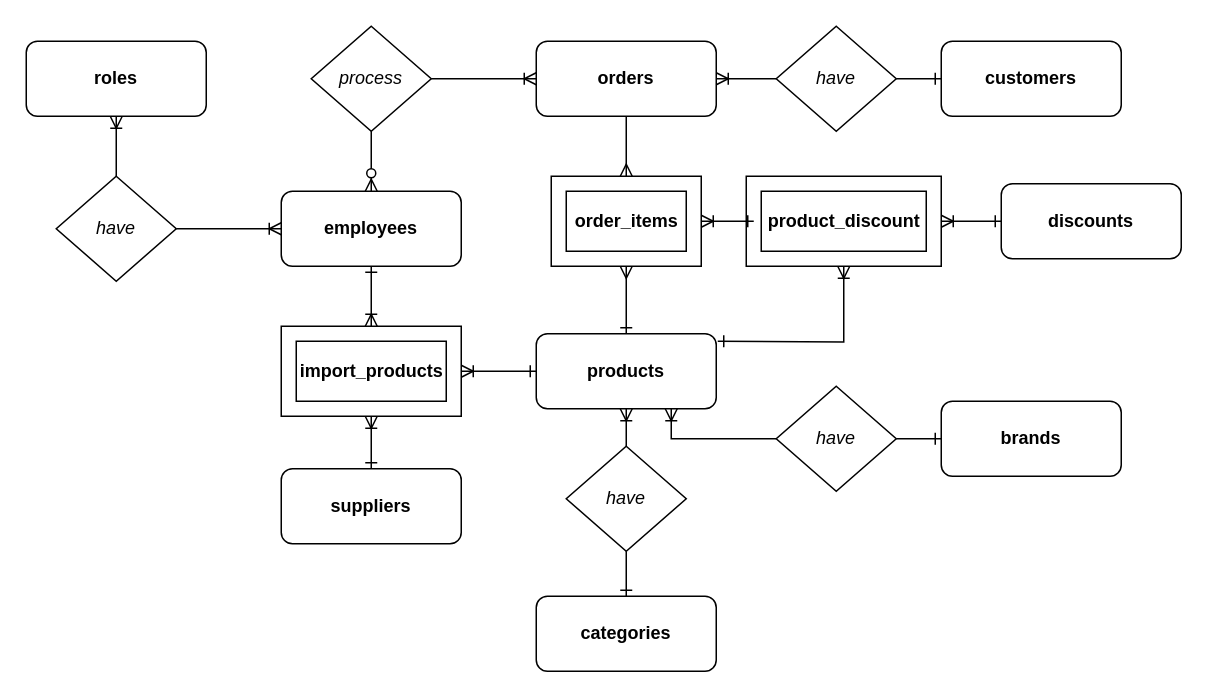
vanluong94/aptech-market-management-system keeps this draw.io diagram as assets/ERD.drawio. Above is the earlier version. Source tidied: cells renumbered, new cells numbered last; positions are measured from the earlier drawing's top-left corner, leaving out a move shared by most shapes. Both pictures are drawn from the tidied source at 150%, with x=0, y=0 at pixel (26, 26).
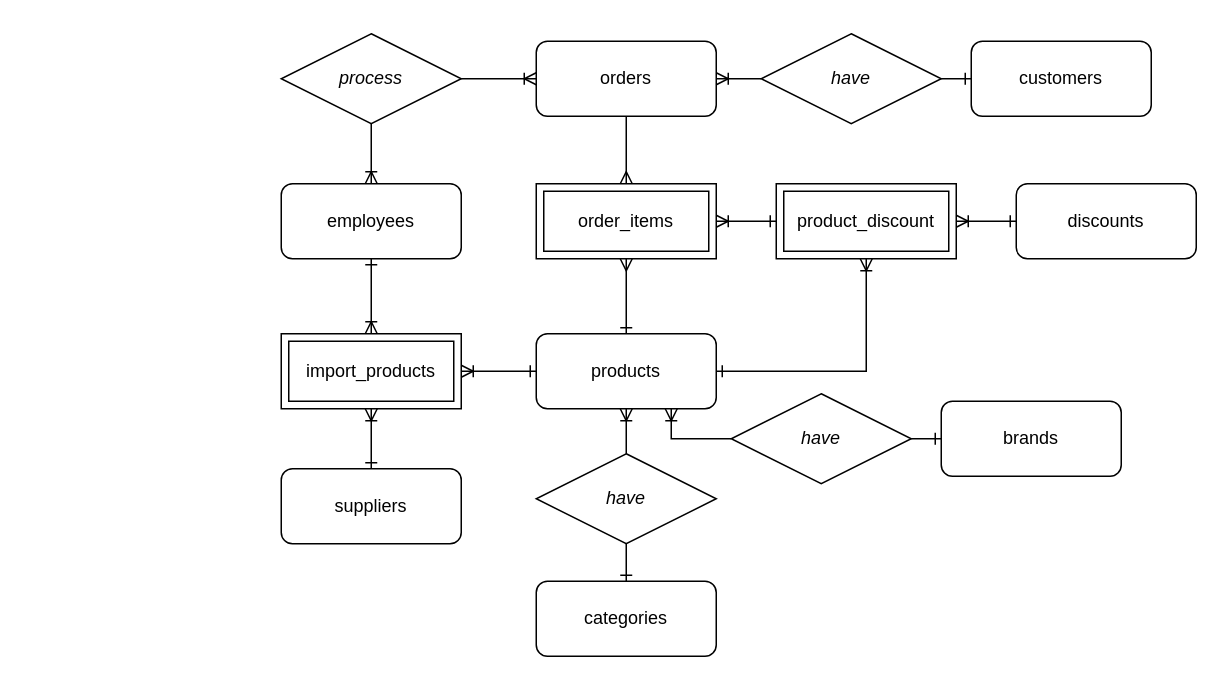
The same diagram, later.

The edit, as a diff of the source:
```diff
@@
-    <mxCell id="2" style="edgeStyle=orthogonalEdgeStyle;rounded=0;jettySize=auto;html=1;entryX=1;entryY=0.5;entryDx=0;entryDy=0;endArrow=none;endFill=0;startArrow=ERone;startFill=0;fontSize=12;" parent="1" edge="1" source="3" target="22">
-      <mxGeometry relative="1" as="geometry" />
+    <mxCell id="2" style="edgeStyle=orthogonalEdgeStyle;rounded=0;jettySize=auto;html=1;endArrow=none;endFill=0;startArrow=ERone;startFill=0;fontSize=12;fontStyle=0;" parent="1" edge="1" source="3">
+      <mxGeometry relative="1" as="geometry">
+        <mxPoint x="610" y="35" as="targetPoint" />
+      </mxGeometry>
     </mxCell>
-    <mxCell id="3" value="customers" style="rounded=1;whiteSpace=wrap;html=1;fontSize=12;fontStyle=1;" parent="1" vertex="1">
-      <mxGeometry x="610" y="10" width="120" height="50" as="geometry" />
+    <mxCell id="3" value="customers" style="rounded=1;whiteSpace=wrap;html=1;fontSize=12;fontStyle=0;" parent="1" vertex="1">
+      <mxGeometry x="630" y="10" width="120" height="50" as="geometry" />
     </mxCell>
-    <mxCell id="4" style="edgeStyle=orthogonalEdgeStyle;rounded=0;jettySize=auto;html=1;entryX=0.5;entryY=0;entryDx=0;entryDy=0;entryPerimeter=0;endArrow=ERmany;endFill=0;fontSize=12;" parent="1" edge="1" source="5" target="29">
+    <mxCell id="4" style="edgeStyle=orthogonalEdgeStyle;rounded=0;jettySize=auto;html=1;endArrow=ERmany;endFill=0;fontSize=12;fontStyle=0;entryX=0.5;entryY=0;entryDx=0;entryDy=0;" parent="1" edge="1" source="5" target="30">
       <mxGeometry relative="1" as="geometry" />
     </mxCell>
-    <mxCell id="5" value="orders" style="rounded=1;whiteSpace=wrap;html=1;fontSize=12;fontStyle=1;" parent="1" vertex="1">
+    <mxCell id="5" value="orders" style="rounded=1;whiteSpace=wrap;html=1;fontSize=12;fontStyle=0;" parent="1" vertex="1">
       <mxGeometry x="340" y="10" width="120" height="50" as="geometry" />
     </mxCell>
-    <mxCell id="6" style="edgeStyle=none;rounded=0;jettySize=auto;html=1;entryX=0;entryY=0.5;entryDx=0;entryDy=0;fontSize=12;endArrow=ERoneToMany;endFill=0;startArrow=none;startFill=1;exitX=1;exitY=0.5;exitDx=0;exitDy=0;" parent="1" edge="1" source="23" target="5">
+    <mxCell id="6" style="edgeStyle=none;rounded=0;jettySize=auto;html=1;entryX=0;entryY=0.5;entryDx=0;entryDy=0;fontSize=12;endArrow=ERoneToMany;endFill=0;startArrow=none;startFill=1;exitX=1;exitY=0.5;exitDx=0;exitDy=0;fontStyle=0;" parent="1" edge="1" source="23" target="5">
       <mxGeometry relative="1" as="geometry" />
     </mxCell>
-    <mxCell id="7" style="edgeStyle=orthogonalEdgeStyle;rounded=0;jettySize=auto;html=1;entryX=0.5;entryY=0;entryDx=0;entryDy=0;exitX=0.5;exitY=1;exitDx=0;exitDy=0;entryPerimeter=0;endArrow=ERoneToMany;endFill=0;startArrow=ERone;startFill=0;fontSize=12;" parent="1" edge="1" source="8" target="38">
+    <mxCell id="7" style="edgeStyle=orthogonalEdgeStyle;rounded=0;jettySize=auto;html=1;exitX=0.5;exitY=1;exitDx=0;exitDy=0;endArrow=ERoneToMany;endFill=0;startArrow=ERone;startFill=0;fontSize=12;fontStyle=0;" parent="1" edge="1" source="8" target="39">
       <mxGeometry relative="1" as="geometry" />
     </mxCell>
-    <mxCell id="8" value="employees" style="rounded=1;whiteSpace=wrap;html=1;fontSize=12;fontStyle=1;" parent="1" vertex="1">
-      <mxGeometry x="170" y="110" width="120" height="50" as="geometry" />
+    <mxCell id="8" value="employees" style="rounded=1;whiteSpace=wrap;html=1;fontSize=12;fontStyle=0;" parent="1" vertex="1">
+      <mxGeometry x="170" y="105" width="120" height="50" as="geometry" />
     </mxCell>
-    <mxCell id="9" style="edgeStyle=orthogonalEdgeStyle;rounded=0;jettySize=auto;html=1;endArrow=ERmany;endFill=0;entryX=0.5;entryY=1;entryDx=0;entryDy=0;entryPerimeter=0;fontSize=12;startArrow=ERone;startFill=0;" parent="1" edge="1" source="11" target="29">
+    <mxCell id="9" style="edgeStyle=orthogonalEdgeStyle;rounded=0;jettySize=auto;html=1;endArrow=ERmany;endFill=0;entryX=0.5;entryY=1;entryDx=0;entryDy=0;fontSize=12;startArrow=ERone;startFill=0;fontStyle=0;" parent="1" edge="1" source="11" target="30">
       <mxGeometry relative="1" as="geometry" />
     </mxCell>
-    <mxCell id="10" style="edgeStyle=orthogonalEdgeStyle;rounded=0;jettySize=auto;html=1;entryX=0.5;entryY=1;entryDx=0;entryDy=0;entryPerimeter=0;endArrow=ERoneToMany;endFill=0;fontSize=12;startArrow=ERone;startFill=0;" parent="1" edge="1" target="33">
-      <mxGeometry relative="1" as="geometry">
-        <mxPoint x="461" y="210" as="sourcePoint" />
-      </mxGeometry>
+    <mxCell id="10" style="edgeStyle=orthogonalEdgeStyle;rounded=0;jettySize=auto;html=1;entryX=0.5;entryY=1;entryDx=0;entryDy=0;endArrow=ERoneToMany;endFill=0;fontSize=12;startArrow=ERone;startFill=0;exitX=1;exitY=0.5;exitDx=0;exitDy=0;fontStyle=0;" parent="1" edge="1" source="11" target="35">
+      <mxGeometry relative="1" as="geometry" />
     </mxCell>
-    <mxCell id="11" value="products" style="rounded=1;whiteSpace=wrap;html=1;fontSize=12;fontStyle=1;" parent="1" vertex="1">
+    <mxCell id="11" value="products" style="rounded=1;whiteSpace=wrap;html=1;fontSize=12;fontStyle=0;" parent="1" vertex="1">
       <mxGeometry x="340" y="205" width="120" height="50" as="geometry" />
     </mxCell>
-    <mxCell id="12" style="edgeStyle=orthogonalEdgeStyle;rounded=0;jettySize=auto;html=1;entryX=0.5;entryY=1;entryDx=0;entryDy=0;entryPerimeter=0;endArrow=ERoneToMany;endFill=0;startArrow=ERone;startFill=0;fontSize=12;" parent="1" edge="1" source="13" target="38">
+    <mxCell id="12" style="edgeStyle=orthogonalEdgeStyle;rounded=0;jettySize=auto;html=1;entryX=0.5;entryY=1;entryDx=0;entryDy=0;endArrow=ERoneToMany;endFill=0;startArrow=ERone;startFill=0;fontSize=12;fontStyle=0;" parent="1" edge="1" source="13" target="39">
       <mxGeometry relative="1" as="geometry" />
     </mxCell>
-    <mxCell id="13" value="suppliers" style="rounded=1;whiteSpace=wrap;html=1;fontSize=12;fontStyle=1;" parent="1" vertex="1">
+    <mxCell id="13" value="suppliers" style="rounded=1;whiteSpace=wrap;html=1;fontSize=12;fontStyle=0;" parent="1" vertex="1">
       <mxGeometry x="170" y="295" width="120" height="50" as="geometry" />
     </mxCell>
-    <mxCell id="14" style="edgeStyle=orthogonalEdgeStyle;rounded=0;jettySize=auto;html=1;entryX=0.5;entryY=1;entryDx=0;entryDy=0;endArrow=none;endFill=0;startArrow=ERone;startFill=0;fontSize=12;" parent="1" edge="1" source="15" target="32">
+    <mxCell id="14" style="edgeStyle=orthogonalEdgeStyle;rounded=0;jettySize=auto;html=1;entryX=0.5;entryY=1;entryDx=0;entryDy=0;endArrow=none;endFill=0;startArrow=ERone;startFill=0;fontSize=12;fontStyle=0;" parent="1" edge="1" source="15" target="41">
       <mxGeometry relative="1" as="geometry" />
     </mxCell>
-    <mxCell id="15" value="categories" style="rounded=1;whiteSpace=wrap;html=1;fontSize=12;fontStyle=1;" parent="1" vertex="1">
-      <mxGeometry x="340" y="380" width="120" height="50" as="geometry" />
+    <mxCell id="15" value="categories" style="rounded=1;whiteSpace=wrap;html=1;fontSize=12;fontStyle=0;" parent="1" vertex="1">
+      <mxGeometry x="340" y="370" width="120" height="50" as="geometry" />
     </mxCell>
-    <mxCell id="16" style="edgeStyle=orthogonalEdgeStyle;rounded=0;jettySize=auto;html=1;entryX=1;entryY=0.5;entryDx=0;entryDy=0;entryPerimeter=0;endArrow=ERoneToMany;endFill=0;startArrow=ERone;startFill=0;fontSize=12;" parent="1" edge="1" source="17" target="33">
-      <mxGeometry relative="1" as="geometry" />
+    <mxCell id="16" style="edgeStyle=orthogonalEdgeStyle;rounded=0;jettySize=auto;html=1;entryX=1;entryY=0.5;entryDx=0;entryDy=0;entryPerimeter=0;endArrow=ERoneToMany;endFill=0;startArrow=ERone;startFill=0;fontSize=12;fontStyle=0;" parent="1" edge="1" source="17">
+      <mxGeometry relative="1" as="geometry">
+        <mxPoint x="620" y="130" as="targetPoint" />
+      </mxGeometry>
     </mxCell>
-    <mxCell id="17" value="discounts" style="rounded=1;whiteSpace=wrap;html=1;fontSize=12;fontStyle=1;" parent="1" vertex="1">
-      <mxGeometry x="650" y="105" width="120" height="50" as="geometry" />
+    <mxCell id="17" value="discounts" style="rounded=1;whiteSpace=wrap;html=1;fontSize=12;fontStyle=0;" parent="1" vertex="1">
+      <mxGeometry x="660" y="105" width="120" height="50" as="geometry" />
     </mxCell>
-    <mxCell id="18" style="edgeStyle=orthogonalEdgeStyle;rounded=0;jettySize=auto;html=1;entryX=1;entryY=0.5;entryDx=0;entryDy=0;startArrow=ERone;startFill=0;endArrow=none;endFill=0;fontSize=12;" parent="1" edge="1" source="19" target="37">
+    <mxCell id="18" style="edgeStyle=orthogonalEdgeStyle;rounded=0;jettySize=auto;html=1;entryX=1;entryY=0.5;entryDx=0;entryDy=0;startArrow=ERone;startFill=0;endArrow=none;endFill=0;fontSize=12;fontStyle=0;" parent="1" edge="1" source="19" target="40">
       <mxGeometry relative="1" as="geometry" />
     </mxCell>
-    <mxCell id="19" value="&lt;font style=&quot;font-size: 12px;&quot;&gt;brands&lt;/font&gt;" style="rounded=1;whiteSpace=wrap;html=1;sketch=0;fontSize=12;fontStyle=1;" parent="1" vertex="1">
+    <mxCell id="19" value="&lt;font style=&quot;font-size: 12px;&quot;&gt;brands&lt;/font&gt;" style="rounded=1;whiteSpace=wrap;html=1;sketch=0;fontSize=12;fontStyle=0;" parent="1" vertex="1">
       <mxGeometry x="610" y="250" width="120" height="50" as="geometry" />
     </mxCell>
-    <mxCell id="20" value="roles" style="rounded=1;whiteSpace=wrap;html=1;fontSize=12;fontStyle=1;" parent="1" vertex="1">
-      <mxGeometry y="10" width="120" height="50" as="geometry" />
-    </mxCell>
-    <mxCell id="21" style="edgeStyle=orthogonalEdgeStyle;rounded=0;jettySize=auto;html=1;entryX=1;entryY=0.5;entryDx=0;entryDy=0;endArrow=ERoneToMany;endFill=0;fontSize=12;" parent="1" edge="1" source="22" target="5">
-      <mxGeometry relative="1" as="geometry" />
+    <mxCell id="21" style="edgeStyle=orthogonalEdgeStyle;rounded=0;jettySize=auto;html=1;entryX=1;entryY=0.5;entryDx=0;entryDy=0;endArrow=ERoneToMany;endFill=0;fontSize=12;fontStyle=0;" parent="1" edge="1" target="5">
+      <mxGeometry relative="1" as="geometry">
+        <mxPoint x="490" y="35" as="sourcePoint" />
+      </mxGeometry>
     </mxCell>
-    <mxCell id="22" value="have" style="rhombus;whiteSpace=wrap;html=1;fontSize=12;fontStyle=2;" parent="1" vertex="1">
-      <mxGeometry x="500" width="80" height="70" as="geometry" />
-    </mxCell>
+    <mxCell id="24" style="edgeStyle=none;rounded=0;jettySize=auto;html=1;entryX=0.5;entryY=1;entryDx=0;entryDy=0;fontSize=12;endArrow=none;endFill=0;startArrow=ERoneToMany;startFill=0;fontStyle=0;" parent="1" edge="1" source="8" target="23">
+      <mxGeometry relative="1" as="geometry" />
+    </mxCell>
+    <mxCell id="28" style="edgeStyle=orthogonalEdgeStyle;rounded=0;jettySize=auto;html=1;startArrow=ERone;startFill=0;endArrow=ERoneToMany;endFill=0;entryX=1;entryY=0.5;entryDx=0;entryDy=0;entryPerimeter=0;fontSize=12;fontStyle=0;" parent="1" edge="1" source="11">
+      <mxGeometry relative="1" as="geometry">
+        <mxPoint x="290" y="230" as="targetPoint" />
+      </mxGeometry>
+    </mxCell>
+    <mxCell id="31" style="edgeStyle=orthogonalEdgeStyle;rounded=0;jettySize=auto;html=1;entryX=0.5;entryY=1;entryDx=0;entryDy=0;endArrow=ERoneToMany;endFill=0;fontSize=12;exitX=0.5;exitY=0;exitDx=0;exitDy=0;fontStyle=0;" parent="1" edge="1" source="41" target="11">
+      <mxGeometry relative="1" as="geometry" />
+    </mxCell>
+    <mxCell id="34" style="edgeStyle=orthogonalEdgeStyle;rounded=0;jettySize=auto;html=1;entryX=1;entryY=0.5;entryDx=0;entryDy=0;endArrow=ERoneToMany;endFill=0;startArrow=ERone;startFill=0;fontSize=12;fontStyle=0;exitX=0;exitY=0.5;exitDx=0;exitDy=0;" parent="1" edge="1" source="35" target="30">
+      <mxGeometry relative="1" as="geometry" />
+    </mxCell>
+    <mxCell id="36" style="edgeStyle=orthogonalEdgeStyle;rounded=0;jettySize=auto;html=1;entryX=0.75;entryY=1;entryDx=0;entryDy=0;startArrow=none;startFill=0;endArrow=ERoneToMany;endFill=0;fontSize=12;exitX=0;exitY=0.5;exitDx=0;exitDy=0;fontStyle=0;" parent="1" edge="1" source="40" target="11">
+      <mxGeometry relative="1" as="geometry" />
+    </mxCell>
+    <mxCell id="39" value="&lt;span style=&quot;&quot;&gt;import_products&lt;/span&gt;" style="shape=ext;margin=3;double=1;whiteSpace=wrap;html=1;align=center;shadow=0;sketch=0;strokeColor=default;fillColor=default;gradientColor=none;fontStyle=0;" parent="1" vertex="1">
+      <mxGeometry x="170" y="205" width="120" height="50" as="geometry" />
+    </mxCell>
+    <mxCell id="40" value="&lt;span style=&quot;font-style: italic&quot;&gt;have&lt;/span&gt;" style="shape=rhombus;perimeter=rhombusPerimeter;whiteSpace=wrap;html=1;align=center;shadow=0;sketch=0;strokeColor=default;fillColor=default;gradientColor=none;fontStyle=0;" parent="1" vertex="1">
+      <mxGeometry x="470" y="245" width="120" height="60" as="geometry" />
+    </mxCell>
+    <mxCell id="41" value="have" style="shape=rhombus;perimeter=rhombusPerimeter;whiteSpace=wrap;html=1;align=center;shadow=0;sketch=0;strokeColor=default;fillColor=default;gradientColor=none;fontStyle=2;" parent="1" vertex="1">
+      <mxGeometry x="340" y="285" width="120" height="60" as="geometry" />
+    </mxCell>
-    <mxCell id="23" value="process" style="rhombus;whiteSpace=wrap;html=1;fontSize=12;fontStyle=2;" parent="1" vertex="1">
-      <mxGeometry x="190" width="80" height="70" as="geometry" />
+    <mxCell id="23" value="&lt;span style=&quot;font-style: italic&quot;&gt;process&lt;/span&gt;" style="shape=rhombus;perimeter=rhombusPerimeter;whiteSpace=wrap;html=1;align=center;shadow=0;sketch=0;strokeColor=default;fillColor=default;gradientColor=none;fontStyle=0;" parent="1" vertex="1">
+      <mxGeometry x="170" y="5" width="120" height="60" as="geometry" />
     </mxCell>
-    <mxCell id="24" style="edgeStyle=none;rounded=0;jettySize=auto;html=1;entryX=0.5;entryY=1;entryDx=0;entryDy=0;fontSize=12;endArrow=none;endFill=0;startArrow=ERzeroToMany;startFill=1;" parent="1" edge="1" source="8" target="23">
-      <mxGeometry relative="1" as="geometry" />
-    </mxCell>
-    <mxCell id="25" style="edgeStyle=orthogonalEdgeStyle;rounded=0;jettySize=auto;html=1;entryX=0;entryY=0.5;entryDx=0;entryDy=0;endArrow=ERoneToMany;endFill=0;fontSize=12;" parent="1" edge="1" source="27" target="8">
-      <mxGeometry relative="1" as="geometry" />
-    </mxCell>
-    <mxCell id="26" style="edgeStyle=orthogonalEdgeStyle;rounded=0;jettySize=auto;html=1;entryX=0.5;entryY=1;entryDx=0;entryDy=0;endArrow=ERoneToMany;endFill=0;fontSize=12;" parent="1" edge="1" source="27" target="20">
-      <mxGeometry relative="1" as="geometry" />
-    </mxCell>
-    <mxCell id="27" value="have" style="rhombus;whiteSpace=wrap;html=1;fontSize=12;fontStyle=2;" parent="1" vertex="1">
-      <mxGeometry x="20" y="100" width="80" height="70" as="geometry" />
-    </mxCell>
-    <mxCell id="28" style="edgeStyle=orthogonalEdgeStyle;rounded=0;jettySize=auto;html=1;startArrow=ERone;startFill=0;endArrow=ERoneToMany;endFill=0;entryX=1;entryY=0.5;entryDx=0;entryDy=0;entryPerimeter=0;fontSize=12;" parent="1" edge="1" source="11" target="38">
-      <mxGeometry relative="1" as="geometry" />
-    </mxCell>
-    <mxCell id="29" style="verticalLabelPosition=bottom;verticalAlign=top;html=1;shape=mxgraph.basic.frame;dx=10;fontSize=12;" parent="1" vertex="1">
-      <mxGeometry x="350" y="100" width="100" height="60" as="geometry" />
-    </mxCell>
+    <mxCell id="42" value="have" style="shape=rhombus;perimeter=rhombusPerimeter;whiteSpace=wrap;html=1;align=center;shadow=0;sketch=0;strokeColor=default;fillColor=default;gradientColor=none;fontStyle=2;" parent="1" vertex="1">
+      <mxGeometry x="490" y="5" width="120" height="60" as="geometry" />
+    </mxCell>
-    <mxCell id="30" value="order_items" style="text;html=1;align=center;verticalAlign=middle;points=[];strokeColor=none;fontSize=12;fontStyle=1;" parent="1" vertex="1">
-      <mxGeometry x="360" y="120" width="80" height="20" as="geometry" />
+    <mxCell id="30" value="&lt;span&gt;order_items&lt;/span&gt;" style="shape=ext;margin=3;double=1;whiteSpace=wrap;html=1;align=center;shadow=0;sketch=0;strokeColor=default;fillColor=default;gradientColor=none;" parent="1" vertex="1">
+      <mxGeometry x="340" y="105" width="120" height="50" as="geometry" />
     </mxCell>
-    <mxCell id="31" style="edgeStyle=orthogonalEdgeStyle;rounded=0;jettySize=auto;html=1;entryX=0.5;entryY=1;entryDx=0;entryDy=0;endArrow=ERoneToMany;endFill=0;fontSize=12;" parent="1" edge="1" source="32" target="11">
-      <mxGeometry relative="1" as="geometry" />
-    </mxCell>
-    <mxCell id="32" value="have" style="rhombus;whiteSpace=wrap;html=1;fontSize=12;fontStyle=2;" parent="1" vertex="1">
-      <mxGeometry x="360" y="280" width="80" height="70" as="geometry" />
-    </mxCell>
-    <mxCell id="33" style="verticalLabelPosition=bottom;verticalAlign=top;html=1;shape=mxgraph.basic.frame;dx=10;fontSize=12;" parent="1" vertex="1">
-      <mxGeometry x="480" y="100" width="130" height="60" as="geometry" />
-    </mxCell>
-    <mxCell id="34" style="edgeStyle=orthogonalEdgeStyle;rounded=0;jettySize=auto;html=1;entryX=1;entryY=0.5;entryDx=0;entryDy=0;entryPerimeter=0;endArrow=ERoneToMany;endFill=0;startArrow=ERone;startFill=0;fontSize=12;" parent="1" edge="1" source="35" target="29">
-      <mxGeometry relative="1" as="geometry" />
-    </mxCell>
-    <mxCell id="35" value="product_discount" style="text;html=1;align=center;verticalAlign=middle;points=[];strokeColor=none;fontSize=12;fontStyle=1;" parent="1" vertex="1">
-      <mxGeometry x="485" y="120" width="120" height="20" as="geometry" />
+    <mxCell id="35" value="&lt;span&gt;product_discount&lt;/span&gt;" style="shape=ext;margin=3;double=1;whiteSpace=wrap;html=1;align=center;shadow=0;sketch=0;strokeColor=default;fillColor=default;gradientColor=none;" parent="1" vertex="1">
+      <mxGeometry x="500" y="105" width="120" height="50" as="geometry" />
     </mxCell>
-    <mxCell id="36" style="edgeStyle=orthogonalEdgeStyle;rounded=0;jettySize=auto;html=1;entryX=0.75;entryY=1;entryDx=0;entryDy=0;startArrow=none;startFill=0;endArrow=ERoneToMany;endFill=0;fontSize=12;" parent="1" edge="1" source="37" target="11">
-      <mxGeometry relative="1" as="geometry" />
-    </mxCell>
-    <mxCell id="37" value="have" style="rhombus;whiteSpace=wrap;html=1;fontSize=12;fontStyle=2;" parent="1" vertex="1">
-      <mxGeometry x="500" y="240" width="80" height="70" as="geometry" />
-    </mxCell>
-    <mxCell id="38" style="verticalLabelPosition=bottom;verticalAlign=top;html=1;shape=mxgraph.basic.frame;dx=10;rounded=0;fontSize=12;" parent="1" vertex="1">
-      <mxGeometry x="170" y="200" width="120" height="60" as="geometry" />
-    </mxCell>
-    <mxCell id="39" value="import_products" style="text;html=1;align=center;verticalAlign=middle;points=[];fontSize=12;fontStyle=1;" parent="1" vertex="1">
-      <mxGeometry x="175" y="220" width="110" height="20" as="geometry" />
-    </mxCell>
```
